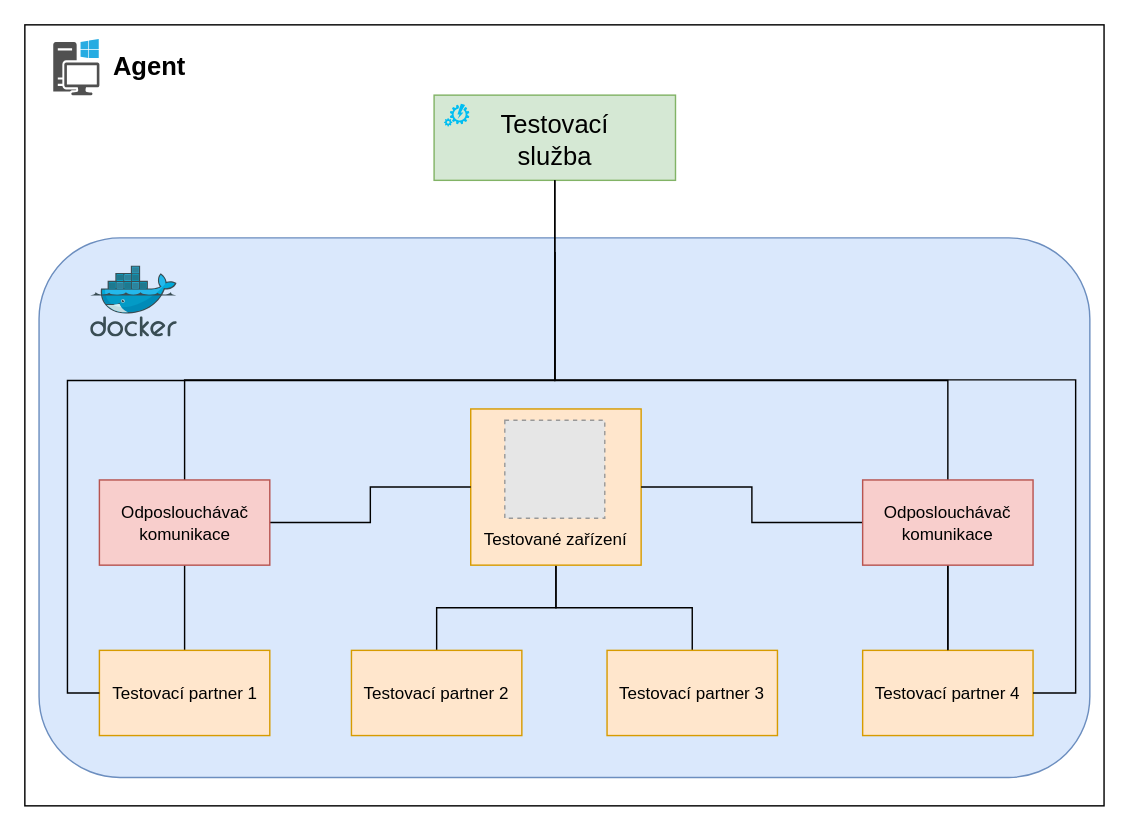
wheeeper/master-thesis keeps this draw.io diagram as assets/img/src/architecture.drawio. Above is the earlier version. Source tidied: cells renumbered, new cells numbered last; positions are measured from the earlier drawing's top-left corner, leaving out a move shared by most shapes. Both pictures are drawn from the tidied source at 142%, with x=0, y=0 at pixel (24, 24). Pictures stored in the file or linked from it are replaced by grey dashed boxes.
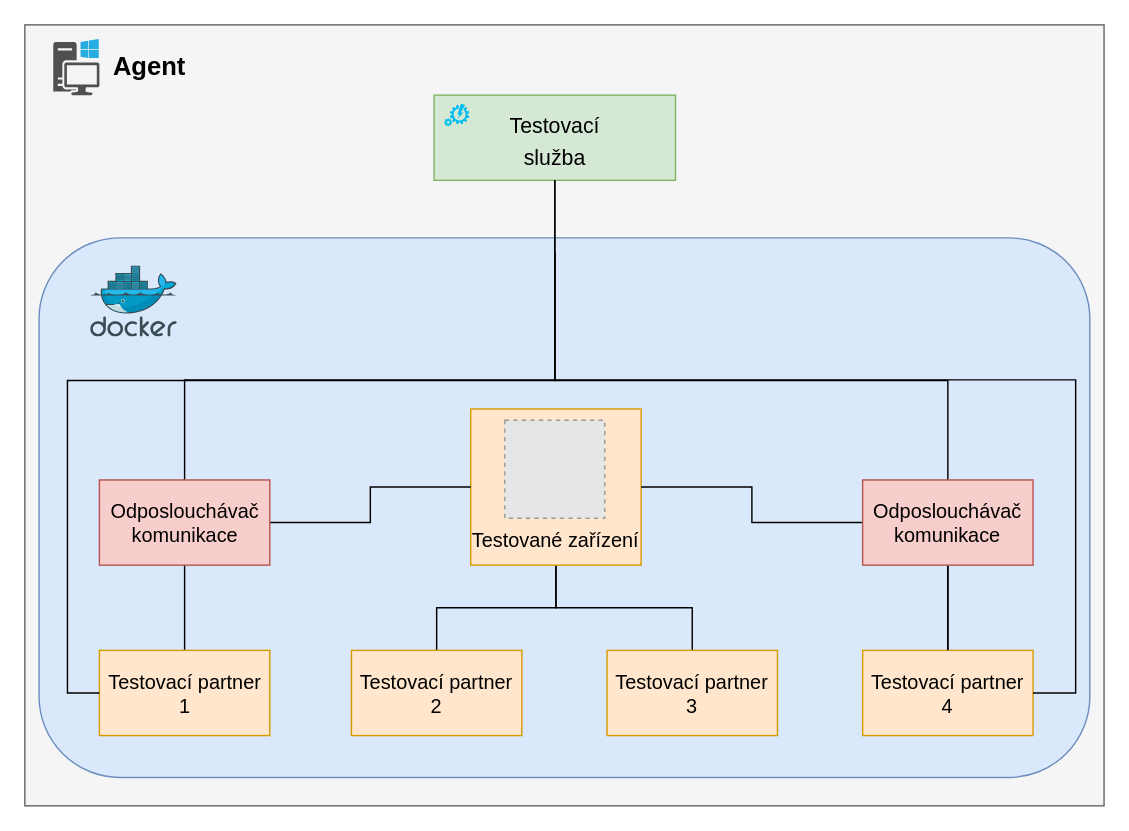
After the change.

Change to the diagram source:
```diff
@@
-    <mxCell id="2" style="rounded=0;whiteSpace=wrap;html=1;" parent="1" vertex="1">
+    <mxCell id="2" style="rounded=0;whiteSpace=wrap;html=1;fillColor=#f5f5f5;fontColor=#333333;strokeColor=#666666;" parent="1" vertex="1">
       <mxGeometry width="760" height="550" as="geometry" />
     </mxCell>
@@
-    <mxCell id="8" value="Testovací služba" style="text;html=1;strokeColor=none;fillColor=none;align=center;verticalAlign=middle;whiteSpace=wrap;rounded=0;fontSize=18;" parent="1" vertex="1">
+    <mxCell id="8" value="&lt;font style=&quot;font-size: 15px;&quot;&gt;Testovací služba&lt;/font&gt;" style="text;html=1;strokeColor=none;fillColor=none;align=center;verticalAlign=middle;whiteSpace=wrap;rounded=0;fontSize=18;" parent="1" vertex="1">
       <mxGeometry x="320.7" y="71.5" width="105" height="20" as="geometry" />
     </mxCell>
@@
-    <mxCell id="11" value="Testovací partner 1" style="rounded=0;whiteSpace=wrap;html=1;glass=0;fillColor=#ffe6cc;strokeColor=#d79b00;" parent="1" vertex="1">
+    <mxCell id="11" value="Testovací partner 1" style="rounded=0;whiteSpace=wrap;html=1;glass=0;fillColor=#ffe6cc;strokeColor=#d79b00;fontSize=14;" parent="1" vertex="1">
       <mxGeometry x="52.5" y="440.5" width="120" height="60" as="geometry" />
     </mxCell>
@@
-    <mxCell id="13" value="Testovací partner 2" style="rounded=0;whiteSpace=wrap;html=1;glass=0;fillColor=#ffe6cc;strokeColor=#d79b00;" parent="1" vertex="1">
+    <mxCell id="13" value="Testovací partner 2" style="rounded=0;whiteSpace=wrap;html=1;glass=0;fillColor=#ffe6cc;strokeColor=#d79b00;fontSize=14;" parent="1" vertex="1">
       <mxGeometry x="230" y="440.5" width="120" height="60" as="geometry" />
     </mxCell>
@@
-    <mxCell id="15" value="Testovací partner 3" style="rounded=0;whiteSpace=wrap;html=1;glass=0;fillColor=#ffe6cc;strokeColor=#d79b00;" parent="1" vertex="1">
+    <mxCell id="15" value="Testovací partner 3" style="rounded=0;whiteSpace=wrap;html=1;glass=0;fillColor=#ffe6cc;strokeColor=#d79b00;fontSize=14;" parent="1" vertex="1">
       <mxGeometry x="410" y="440.5" width="120" height="60" as="geometry" />
     </mxCell>
@@
-    <mxCell id="17" value="Testovací partner 4" style="rounded=0;whiteSpace=wrap;html=1;glass=0;fillColor=#ffe6cc;strokeColor=#d79b00;" parent="1" vertex="1">
+    <mxCell id="17" value="Testovací partner 4" style="rounded=0;whiteSpace=wrap;html=1;glass=0;fillColor=#ffe6cc;strokeColor=#d79b00;fontSize=14;" parent="1" vertex="1">
       <mxGeometry x="590" y="440.5" width="120" height="60" as="geometry" />
     </mxCell>
@@
-    <mxCell id="22" value="Odposlouchávač komunikace" style="rounded=0;whiteSpace=wrap;html=1;glass=0;fillColor=#f8cecc;strokeColor=#b85450;" parent="1" vertex="1">
+    <mxCell id="22" value="Odposlouchávač komunikace" style="rounded=0;whiteSpace=wrap;html=1;glass=0;fillColor=#f8cecc;strokeColor=#b85450;fontSize=14;" parent="1" vertex="1">
       <mxGeometry x="52.5" y="320.5" width="120" height="60" as="geometry" />
     </mxCell>
@@
-    <mxCell id="26" value="Odposlouchávač komunikace" style="rounded=0;whiteSpace=wrap;html=1;glass=0;fillColor=#f8cecc;strokeColor=#b85450;" parent="1" vertex="1">
+    <mxCell id="26" value="Odposlouchávač komunikace" style="rounded=0;whiteSpace=wrap;html=1;glass=0;fillColor=#f8cecc;strokeColor=#b85450;fontSize=14;" parent="1" vertex="1">
       <mxGeometry x="590" y="320.5" width="120" height="60" as="geometry" />
     </mxCell>
@@
-    <mxCell id="28" value="Testované zařízení" style="text;html=1;strokeColor=none;fillColor=none;align=center;verticalAlign=middle;whiteSpace=wrap;rounded=0;" parent="1" vertex="1">
+    <mxCell id="28" value="Testované zařízení" style="text;html=1;strokeColor=none;fillColor=none;align=center;verticalAlign=middle;whiteSpace=wrap;rounded=0;fontSize=14;" parent="1" vertex="1">
       <mxGeometry x="309" y="347.5" width="130" height="30" as="geometry" />
     </mxCell>
```
